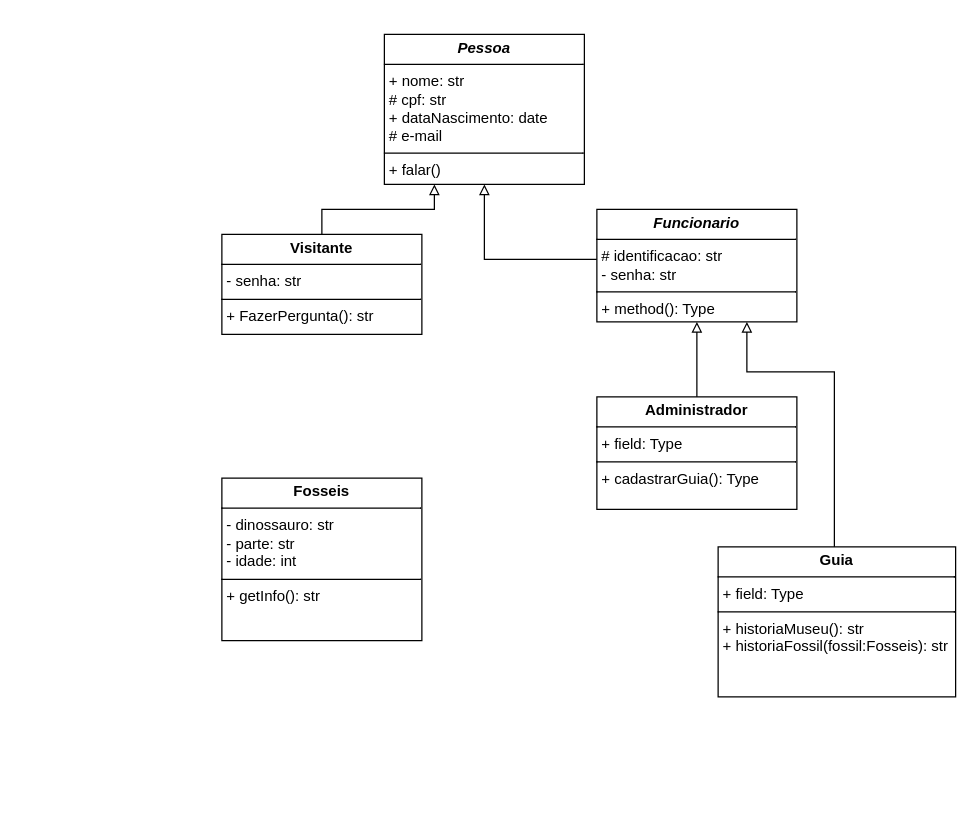
Earlier version of the draw.io diagram diagramaMuseuDino.drawio (LeticiaMMorais/ProjetoMuseuDino). Source tidied: cells renumbered, new cells numbered last; positions are measured from the earlier drawing's top-left corner, leaving out a move shared by most shapes. Both pictures are drawn from the tidied source at 125%, with x=0, y=0 at pixel (221, 34).
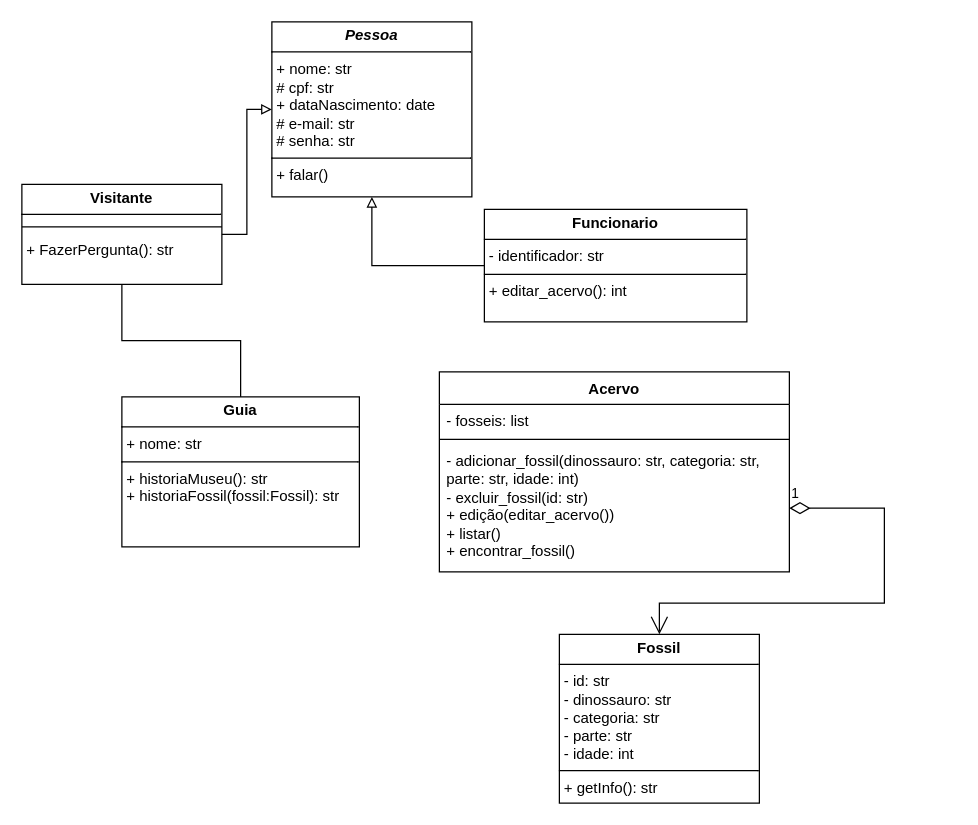
Above is the later version.

Commit message:
atualização do diagrama do museu do modelo atual

Diff of the diagram source:
```diff
@@
 <mxGraphModel>
   <root>
     <mxCell id="0" />
     <mxCell id="1" parent="0" />
-    <mxCell id="2" value="&lt;p style=&quot;margin:0px;margin-top:4px;text-align:center;&quot;&gt;&lt;b&gt;&lt;i&gt;Pessoa&lt;/i&gt;&lt;/b&gt;&lt;/p&gt;&lt;hr size=&quot;1&quot; style=&quot;border-style:solid;&quot;&gt;&lt;p style=&quot;margin:0px;margin-left:4px;&quot;&gt;+ nome: str&lt;/p&gt;&lt;p style=&quot;margin:0px;margin-left:4px;&quot;&gt;# cpf: str&lt;/p&gt;&lt;p style=&quot;margin:0px;margin-left:4px;&quot;&gt;+ dataNascimento: date&lt;/p&gt;&lt;p style=&quot;margin:0px;margin-left:4px;&quot;&gt;# e-mail&lt;/p&gt;&lt;hr size=&quot;1&quot; style=&quot;border-style:solid;&quot;&gt;&lt;p style=&quot;margin:0px;margin-left:4px;&quot;&gt;+ falar()&lt;/p&gt;" style="verticalAlign=top;align=left;overflow=fill;html=1;whiteSpace=wrap;" parent="1" vertex="1">
-      <mxGeometry x="130" width="160" height="120" as="geometry" />
+    <mxCell id="2" value="&lt;p style=&quot;margin:0px;margin-top:4px;text-align:center;&quot;&gt;&lt;b&gt;&lt;i&gt;Pessoa&lt;/i&gt;&lt;/b&gt;&lt;/p&gt;&lt;hr size=&quot;1&quot; style=&quot;border-style:solid;&quot;&gt;&lt;p style=&quot;margin:0px;margin-left:4px;&quot;&gt;+ nome: str&lt;/p&gt;&lt;p style=&quot;margin:0px;margin-left:4px;&quot;&gt;# cpf: str&lt;/p&gt;&lt;p style=&quot;margin:0px;margin-left:4px;&quot;&gt;+ dataNascimento: date&lt;/p&gt;&lt;p style=&quot;margin:0px;margin-left:4px;&quot;&gt;# e-mail: str&lt;/p&gt;&lt;p style=&quot;margin:0px;margin-left:4px;&quot;&gt;# senha: str&lt;/p&gt;&lt;hr size=&quot;1&quot; style=&quot;border-style:solid;&quot;&gt;&lt;p style=&quot;margin:0px;margin-left:4px;&quot;&gt;+ falar()&lt;/p&gt;" style="verticalAlign=top;align=left;overflow=fill;html=1;whiteSpace=wrap;" parent="1" vertex="1">
+      <mxGeometry x="40" y="-10" width="160" height="140" as="geometry" />
     </mxCell>
+    <mxCell id="12" style="edgeStyle=orthogonalEdgeStyle;rounded=0;jettySize=auto;html=1;endArrow=none;endFill=0;" parent="1" edge="1" source="3" target="9">
+      <mxGeometry relative="1" as="geometry" />
+    </mxCell>
-    <mxCell id="3" value="&lt;p style=&quot;margin:0px;margin-top:4px;text-align:center;&quot;&gt;&lt;b&gt;Visitante&lt;/b&gt;&lt;/p&gt;&lt;hr size=&quot;1&quot; style=&quot;border-style:solid;&quot;&gt;&lt;p style=&quot;margin:0px;margin-left:4px;&quot;&gt;- senha: str&lt;/p&gt;&lt;hr size=&quot;1&quot; style=&quot;border-style:solid;&quot;&gt;&lt;p style=&quot;margin:0px;margin-left:4px;&quot;&gt;+ FazerPergunta(): str&lt;/p&gt;&lt;p style=&quot;margin:0px;margin-left:4px;&quot;&gt;&lt;br&gt;&lt;/p&gt;" style="verticalAlign=top;align=left;overflow=fill;html=1;whiteSpace=wrap;" parent="1" vertex="1">
-      <mxGeometry y="160" width="160" height="80" as="geometry" />
+    <mxCell id="3" value="&lt;p style=&quot;margin:0px;margin-top:4px;text-align:center;&quot;&gt;&lt;b&gt;Visitante&lt;/b&gt;&lt;/p&gt;&lt;hr size=&quot;1&quot; style=&quot;border-style:solid;&quot;&gt;&lt;p style=&quot;margin:0px;margin-left:4px;&quot;&gt;&lt;br&gt;&lt;/p&gt;&lt;p style=&quot;margin:0px;margin-left:4px;&quot;&gt;+ FazerPergunta(): str&lt;/p&gt;&lt;p style=&quot;margin:0px;margin-left:4px;&quot;&gt;&lt;br&gt;&lt;/p&gt;" style="verticalAlign=top;align=left;overflow=fill;html=1;whiteSpace=wrap;" parent="1" vertex="1">
+      <mxGeometry x="-160" y="120" width="160" height="80" as="geometry" />
     </mxCell>
-    <mxCell id="4" style="edgeStyle=orthogonalEdgeStyle;rounded=0;jettySize=auto;html=1;endArrow=block;endFill=0;" parent="1" edge="1" source="5" target="2">
-      <mxGeometry relative="1" as="geometry">
-        <Array as="points">
-          <mxPoint x="210" y="180" />
-        </Array>
-      </mxGeometry>
-    </mxCell>
-    <mxCell id="5" value="&lt;p style=&quot;margin:0px;margin-top:4px;text-align:center;&quot;&gt;&lt;i style=&quot;&quot;&gt;&lt;b&gt;Funcionario&lt;/b&gt;&lt;/i&gt;&lt;/p&gt;&lt;hr size=&quot;1&quot; style=&quot;border-style:solid;&quot;&gt;&lt;p style=&quot;margin:0px;margin-left:4px;&quot;&gt;# identificacao: str&lt;/p&gt;&lt;p style=&quot;margin:0px;margin-left:4px;&quot;&gt;- senha: str&lt;/p&gt;&lt;hr size=&quot;1&quot; style=&quot;border-style:solid;&quot;&gt;&lt;p style=&quot;margin:0px;margin-left:4px;&quot;&gt;+ method(): Type&lt;/p&gt;" style="verticalAlign=top;align=left;overflow=fill;html=1;whiteSpace=wrap;" parent="1" vertex="1">
-      <mxGeometry x="300" y="140" width="160" height="90" as="geometry" />
-    </mxCell>
-    <mxCell id="6" style="edgeStyle=orthogonalEdgeStyle;rounded=0;jettySize=auto;html=1;endArrow=block;endFill=0;" parent="1" edge="1" source="7" target="5">
-      <mxGeometry relative="1" as="geometry" />
-    </mxCell>
+    <mxCell id="13" style="edgeStyle=orthogonalEdgeStyle;rounded=0;jettySize=auto;html=1;endArrow=block;endFill=0;" parent="1" edge="1" source="7" target="2">
+      <mxGeometry relative="1" as="geometry" />
+    </mxCell>
-    <mxCell id="7" value="&lt;p style=&quot;margin:0px;margin-top:4px;text-align:center;&quot;&gt;&lt;b&gt;Administrador&lt;/b&gt;&lt;/p&gt;&lt;hr size=&quot;1&quot; style=&quot;border-style:solid;&quot;&gt;&lt;p style=&quot;margin:0px;margin-left:4px;&quot;&gt;+ field: Type&lt;/p&gt;&lt;hr size=&quot;1&quot; style=&quot;border-style:solid;&quot;&gt;&lt;p style=&quot;margin:0px;margin-left:4px;&quot;&gt;+ cadastrarGuia(): Type&lt;/p&gt;" style="verticalAlign=top;align=left;overflow=fill;html=1;whiteSpace=wrap;" parent="1" vertex="1">
-      <mxGeometry x="300" y="290" width="160" height="90" as="geometry" />
+    <mxCell id="7" value="&lt;p style=&quot;margin:0px;margin-top:4px;text-align:center;&quot;&gt;&lt;b&gt;Funcionario&lt;/b&gt;&lt;/p&gt;&lt;hr size=&quot;1&quot; style=&quot;border-style:solid;&quot;&gt;&lt;p style=&quot;margin:0px;margin-left:4px;&quot;&gt;- identificador: str&lt;/p&gt;&lt;hr size=&quot;1&quot; style=&quot;border-style:solid;&quot;&gt;&lt;p style=&quot;margin:0px;margin-left:4px;&quot;&gt;+ editar_acervo(): int&lt;/p&gt;" style="verticalAlign=top;align=left;overflow=fill;html=1;whiteSpace=wrap;" parent="1" vertex="1">
+      <mxGeometry x="210" y="140" width="210" height="90" as="geometry" />
     </mxCell>
-    <mxCell id="8" style="edgeStyle=orthogonalEdgeStyle;rounded=0;jettySize=auto;html=1;entryX=0.75;entryY=1;entryDx=0;entryDy=0;endArrow=block;endFill=0;" parent="1" edge="1" source="9" target="5">
-      <mxGeometry relative="1" as="geometry">
-        <Array as="points">
-          <mxPoint x="490" y="270" />
-          <mxPoint x="420" y="270" />
-        </Array>
-      </mxGeometry>
-    </mxCell>
-    <mxCell id="9" value="&lt;p style=&quot;margin:0px;margin-top:4px;text-align:center;&quot;&gt;&lt;b&gt;Guia&lt;/b&gt;&lt;/p&gt;&lt;hr size=&quot;1&quot; style=&quot;border-style:solid;&quot;&gt;&lt;p style=&quot;margin:0px;margin-left:4px;&quot;&gt;+ field: Type&lt;/p&gt;&lt;hr size=&quot;1&quot; style=&quot;border-style:solid;&quot;&gt;&lt;p style=&quot;margin:0px;margin-left:4px;&quot;&gt;+ historiaMuseu(): str&lt;/p&gt;&lt;p style=&quot;margin:0px;margin-left:4px;&quot;&gt;+ historiaFossil(fossil:Fosseis): str&lt;/p&gt;" style="verticalAlign=top;align=left;overflow=fill;html=1;whiteSpace=wrap;" parent="1" vertex="1">
-      <mxGeometry x="397" y="410" width="190" height="120" as="geometry" />
+    <mxCell id="9" value="&lt;p style=&quot;margin:0px;margin-top:4px;text-align:center;&quot;&gt;&lt;b&gt;Guia&lt;/b&gt;&lt;/p&gt;&lt;hr size=&quot;1&quot; style=&quot;border-style:solid;&quot;&gt;&lt;p style=&quot;margin:0px;margin-left:4px;&quot;&gt;+ nome: str&lt;/p&gt;&lt;hr size=&quot;1&quot; style=&quot;border-style:solid;&quot;&gt;&lt;p style=&quot;margin:0px;margin-left:4px;&quot;&gt;+ historiaMuseu(): str&lt;/p&gt;&lt;p style=&quot;margin:0px;margin-left:4px;&quot;&gt;+ historiaFossil(fossil:Fossil): str&lt;/p&gt;" style="verticalAlign=top;align=left;overflow=fill;html=1;whiteSpace=wrap;" parent="1" vertex="1">
+      <mxGeometry x="-80" y="290" width="190" height="120" as="geometry" />
     </mxCell>
-    <mxCell id="10" value="&lt;p style=&quot;margin:0px;margin-top:4px;text-align:center;&quot;&gt;&lt;b&gt;Fosseis&lt;/b&gt;&lt;/p&gt;&lt;hr size=&quot;1&quot; style=&quot;border-style:solid;&quot;&gt;&lt;p style=&quot;margin:0px;margin-left:4px;&quot;&gt;- dinossauro: str&lt;/p&gt;&lt;p style=&quot;margin:0px;margin-left:4px;&quot;&gt;- parte: str&lt;/p&gt;&lt;p style=&quot;margin:0px;margin-left:4px;&quot;&gt;- idade: int&lt;/p&gt;&lt;hr size=&quot;1&quot; style=&quot;border-style:solid;&quot;&gt;&lt;p style=&quot;margin:0px;margin-left:4px;&quot;&gt;+ getInfo(): str&lt;/p&gt;" style="verticalAlign=top;align=left;overflow=fill;html=1;whiteSpace=wrap;" parent="1" vertex="1">
-      <mxGeometry y="355" width="160" height="130" as="geometry" />
+    <mxCell id="10" value="&lt;p style=&quot;margin:0px;margin-top:4px;text-align:center;&quot;&gt;&lt;b&gt;Fossil&lt;/b&gt;&lt;/p&gt;&lt;hr size=&quot;1&quot; style=&quot;border-style:solid;&quot;&gt;&lt;p style=&quot;margin:0px;margin-left:4px;&quot;&gt;- id: str&lt;/p&gt;&lt;p style=&quot;margin:0px;margin-left:4px;&quot;&gt;- dinossauro: str&lt;/p&gt;&lt;p style=&quot;margin:0px;margin-left:4px;&quot;&gt;- categoria: str&lt;/p&gt;&lt;p style=&quot;margin:0px;margin-left:4px;&quot;&gt;- parte: str&lt;/p&gt;&lt;p style=&quot;margin:0px;margin-left:4px;&quot;&gt;- idade: int&lt;/p&gt;&lt;hr size=&quot;1&quot; style=&quot;border-style:solid;&quot;&gt;&lt;p style=&quot;margin:0px;margin-left:4px;&quot;&gt;+ getInfo(): str&lt;/p&gt;" style="verticalAlign=top;align=left;overflow=fill;html=1;whiteSpace=wrap;" parent="1" vertex="1">
+      <mxGeometry x="270" y="480" width="160" height="135" as="geometry" />
     </mxCell>
+    <mxCell id="14" value="Acervo" style="swimlane;fontStyle=1;align=center;verticalAlign=top;horizontal=1;startSize=26;whiteSpace=wrap;html=1;" parent="1" vertex="1">
+      <mxGeometry x="174" y="270" width="280" height="160" as="geometry" />
+    </mxCell>
+    <mxCell id="15" value="&lt;div&gt;&lt;span style=&quot;background-color: initial;&quot;&gt;- fosseis: list&lt;/span&gt;&lt;/div&gt;&lt;div&gt;&lt;span style=&quot;background-color: initial;&quot;&gt;&lt;br&gt;&lt;/span&gt;&lt;/div&gt;&lt;div&gt;&lt;span style=&quot;background-color: initial;&quot;&gt;&lt;br&gt;&lt;/span&gt;&lt;/div&gt;" style="text;strokeColor=none;fillColor=none;align=left;verticalAlign=top;spacingLeft=4;spacingRight=4;overflow=hidden;whiteSpace=wrap;html=1;" parent="14" vertex="1">
+      <mxGeometry y="26" width="280" height="24" as="geometry" />
+    </mxCell>
+    <mxCell id="16" style="line;strokeWidth=1;fillColor=none;align=left;verticalAlign=middle;spacingTop=-1;spacingLeft=3;spacingRight=3;labelPosition=right;strokeColor=inherit;" parent="14" vertex="1">
+      <mxGeometry y="50" width="280" height="8" as="geometry" />
+    </mxCell>
+    <mxCell id="17" value="- adicionar_fossil(dinossauro: str, categoria: str, parte: str, idade: int)&lt;div&gt;- excluir_fossil(id: str)&lt;/div&gt;&lt;div&gt;+ edição(editar_acervo())&lt;/div&gt;&lt;div&gt;+ listar()&lt;/div&gt;&lt;div&gt;+ encontrar_fossil()&lt;/div&gt;&lt;div&gt;&lt;br&gt;&lt;/div&gt;&lt;div&gt;&lt;br&gt;&lt;/div&gt;" style="text;strokeColor=none;fillColor=none;align=left;verticalAlign=top;spacingLeft=4;spacingRight=4;overflow=hidden;points=[[0,0.5],[1,0.5]];portConstraint=eastwest;whiteSpace=wrap;html=1;" parent="14" vertex="1">
+      <mxGeometry y="58" width="280" height="102" as="geometry" />
+    </mxCell>
-    <mxCell id="11" style="edgeStyle=orthogonalEdgeStyle;rounded=0;jettySize=auto;html=1;entryX=0.25;entryY=1;entryDx=0;entryDy=0;endArrow=block;endFill=0;" parent="1" edge="1" source="3" target="2">
+    <mxCell id="11" style="edgeStyle=orthogonalEdgeStyle;rounded=0;jettySize=auto;html=1;endArrow=block;endFill=0;" parent="1" edge="1" source="3" target="2">
       <mxGeometry relative="1" as="geometry" />
     </mxCell>
+    <mxCell id="18" style="line;strokeWidth=1;fillColor=none;align=left;verticalAlign=middle;spacingTop=-1;spacingLeft=3;spacingRight=3;labelPosition=right;strokeColor=inherit;" parent="1" vertex="1">
+      <mxGeometry x="-160" y="150" width="160" height="8" as="geometry" />
+    </mxCell>
+    <mxCell id="19" value="1" style="endArrow=open;html=1;endSize=12;startArrow=diamondThin;startSize=14;startFill=0;edgeStyle=orthogonalEdgeStyle;align=left;verticalAlign=bottom;rounded=0;" parent="1" edge="1" source="17" target="10">
+      <mxGeometry x="-1" y="3" relative="1" as="geometry">
+        <Array as="points">
+          <mxPoint x="530" y="379" />
+          <mxPoint x="530" y="455" />
+          <mxPoint x="350" y="455" />
+        </Array>
+      </mxGeometry>
+    </mxCell>
   </root>
 </mxGraphModel>
```
